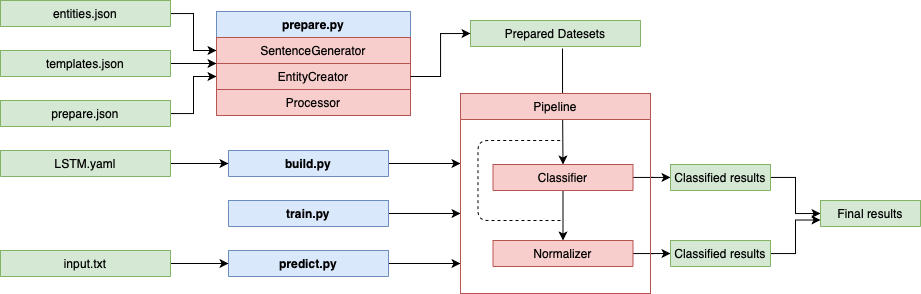
Above: images/high.png in sting1000/generator (draw.io), before the change. Source tidied: cells renumbered, new cells last; positions are measured from the earlier drawing's top-left corner, leaving out a move shared by most shapes.
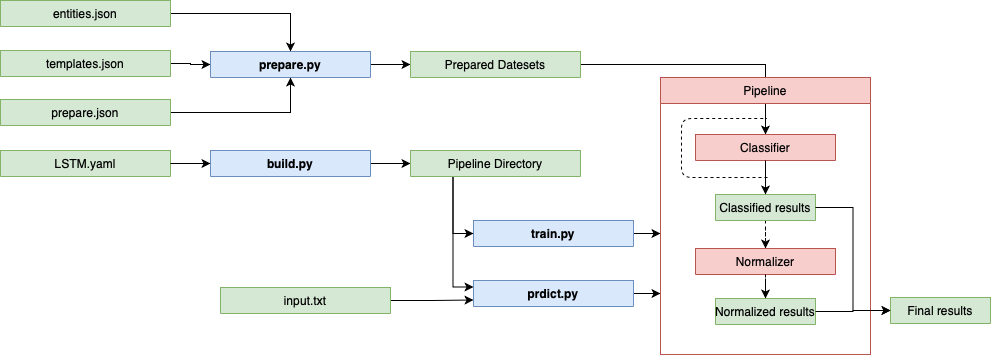
The same diagram one commit later.

Change to the diagram source:
```diff
@@ -2,128 +2,121 @@
   <root>
     <mxCell id="0" />
     <mxCell id="1" parent="0" />
+    <mxCell id="37" style="edgeStyle=orthogonalEdgeStyle;rounded=0;jettySize=auto;html=1;entryX=0;entryY=0.5;entryDx=0;entryDy=0;" parent="1" edge="1" source="2" target="11">
+      <mxGeometry relative="1" as="geometry" />
+    </mxCell>
-    <mxCell id="2" value="prepare.py" style="swimlane;fontStyle=1;align=center;verticalAlign=top;horizontal=1;startSize=26;rounded=0;shadow=0;strokeWidth=1;fillColor=#dae8fc;strokeColor=#6c8ebf;" parent="1" vertex="1">
-      <mxGeometry x="216" y="11" width="194" height="104" as="geometry" />
+    <mxCell id="2" value="prepare.py" style="swimlane;fontStyle=1;align=center;verticalAlign=top;horizontal=1;startSize=26;rounded=0;shadow=0;strokeWidth=1;fillColor=#dae8fc;strokeColor=#6c8ebf;" parent="1" vertex="1" collapsed="1">
+      <mxGeometry x="200" y="21" width="160" height="26" as="geometry" />
     </mxCell>
-    <mxCell id="3" value="SentenceGenerator" style="swimlane;fontStyle=0;align=center;verticalAlign=top;horizontal=1;startSize=26;rounded=0;shadow=0;strokeWidth=1;fillColor=#f8cecc;strokeColor=#b85450;" parent="2" vertex="1" collapsed="1">
-      <mxGeometry y="26" width="194" height="26" as="geometry" />
-    </mxCell>
-    <mxCell id="4" value="EntityCreator" style="swimlane;fontStyle=0;align=center;verticalAlign=top;horizontal=1;startSize=26;rounded=0;shadow=0;strokeWidth=1;fillColor=#f8cecc;strokeColor=#b85450;" parent="2" vertex="1" collapsed="1">
-      <mxGeometry y="52" width="194" height="26" as="geometry" />
-    </mxCell>
-    <mxCell id="5" value="Processor" style="swimlane;fontStyle=0;align=center;verticalAlign=top;horizontal=1;startSize=26;rounded=0;shadow=0;strokeWidth=1;fillColor=#f8cecc;strokeColor=#b85450;" parent="2" vertex="1" collapsed="1">
-      <mxGeometry y="78" width="194" height="26" as="geometry" />
-    </mxCell>
-    <mxCell id="6" style="edgeStyle=orthogonalEdgeStyle;rounded=0;jettySize=auto;html=1;entryX=0;entryY=0.5;entryDx=0;entryDy=0;" parent="1" edge="1" source="7" target="2">
+    <mxCell id="6" style="edgeStyle=orthogonalEdgeStyle;rounded=0;jettySize=auto;html=1;" parent="1" edge="1" source="7" target="2">
       <mxGeometry relative="1" as="geometry" />
     </mxCell>
     <mxCell id="7" value="templates.json" style="swimlane;fontStyle=0;align=center;verticalAlign=top;horizontal=1;startSize=26;rounded=0;shadow=0;strokeWidth=1;fillColor=#d5e8d4;strokeColor=#82b366;" parent="1" vertex="1" collapsed="1">
-      <mxGeometry y="50" width="170" height="26" as="geometry" />
+      <mxGeometry x="-10" y="20" width="170" height="26" as="geometry" />
     </mxCell>
-    <mxCell id="8" style="edgeStyle=orthogonalEdgeStyle;rounded=0;jettySize=auto;html=1;entryX=0;entryY=0.5;entryDx=0;entryDy=0;" parent="1" edge="1" source="9" target="3">
-      <mxGeometry relative="1" as="geometry" />
-    </mxCell>
+    <mxCell id="38" style="edgeStyle=orthogonalEdgeStyle;rounded=0;jettySize=auto;html=1;" parent="1" edge="1" source="9" target="2">
+      <mxGeometry relative="1" as="geometry" />
+    </mxCell>
     <mxCell id="9" value="entities.json" style="swimlane;fontStyle=0;align=center;verticalAlign=top;horizontal=1;startSize=26;rounded=0;shadow=0;strokeWidth=1;fillColor=#d5e8d4;strokeColor=#82b366;" parent="1" vertex="1" collapsed="1">
-      <mxGeometry width="170" height="26" as="geometry" />
+      <mxGeometry x="-10" y="-30" width="170" height="26" as="geometry" />
     </mxCell>
-    <mxCell id="10" style="edgeStyle=orthogonalEdgeStyle;rounded=0;jettySize=auto;html=1;entryX=0.5;entryY=0;entryDx=0;entryDy=0;" parent="1" edge="1" target="20">
-      <mxGeometry relative="1" as="geometry">
-        <mxPoint x="562" y="48" as="sourcePoint" />
-        <Array as="points">
-          <mxPoint x="562" y="106" />
-        </Array>
-      </mxGeometry>
-    </mxCell>
+    <mxCell id="39" style="edgeStyle=orthogonalEdgeStyle;rounded=0;jettySize=auto;html=1;entryX=0.5;entryY=0;entryDx=0;entryDy=0;" parent="1" edge="1" source="11" target="20">
+      <mxGeometry relative="1" as="geometry" />
+    </mxCell>
     <mxCell id="11" value="Prepared Datesets" style="swimlane;fontStyle=0;align=center;verticalAlign=top;horizontal=1;startSize=26;rounded=0;shadow=0;strokeWidth=1;fillColor=#d5e8d4;strokeColor=#82b366;" parent="1" vertex="1" collapsed="1">
-      <mxGeometry x="470" y="20" width="170" height="26" as="geometry" />
+      <mxGeometry x="400" y="21" width="170" height="26" as="geometry" />
     </mxCell>
-    <mxCell id="12" style="edgeStyle=orthogonalEdgeStyle;rounded=0;jettySize=auto;html=1;entryX=0;entryY=0.5;entryDx=0;entryDy=0;" parent="1" edge="1" source="13" target="4">
-      <mxGeometry relative="1" as="geometry" />
-    </mxCell>
+    <mxCell id="40" style="edgeStyle=orthogonalEdgeStyle;rounded=0;jettySize=auto;html=1;" parent="1" edge="1" source="13" target="2">
+      <mxGeometry relative="1" as="geometry" />
+    </mxCell>
     <mxCell id="13" value="prepare.json" style="swimlane;fontStyle=0;align=center;verticalAlign=top;horizontal=1;startSize=26;rounded=0;shadow=0;strokeWidth=1;fillColor=#d5e8d4;strokeColor=#82b366;" parent="1" vertex="1" collapsed="1">
-      <mxGeometry y="100" width="170" height="26" as="geometry" />
+      <mxGeometry x="-10" y="69" width="170" height="26" as="geometry" />
     </mxCell>
-    <mxCell id="14" style="edgeStyle=orthogonalEdgeStyle;rounded=0;jettySize=auto;html=1;" parent="1" edge="1" source="15">
-      <mxGeometry relative="1" as="geometry">
-        <mxPoint x="460" y="163" as="targetPoint" />
-      </mxGeometry>
-    </mxCell>
+    <mxCell id="41" style="edgeStyle=orthogonalEdgeStyle;rounded=0;jettySize=auto;html=1;" parent="1" edge="1" source="15" target="48">
+      <mxGeometry relative="1" as="geometry" />
+    </mxCell>
     <mxCell id="15" value="build.py" style="swimlane;fontStyle=1;align=center;verticalAlign=top;horizontal=1;startSize=26;rounded=0;shadow=0;strokeWidth=1;fillColor=#dae8fc;strokeColor=#6c8ebf;" parent="1" vertex="1" collapsed="1">
-      <mxGeometry x="228" y="150" width="160" height="26" as="geometry" />
+      <mxGeometry x="200" y="120" width="160" height="26" as="geometry" />
     </mxCell>
-    <mxCell id="16" style="edgeStyle=orthogonalEdgeStyle;rounded=0;jettySize=auto;html=1;entryX=0;entryY=0.5;entryDx=0;entryDy=0;" parent="1" edge="1" source="17" target="15">
-      <mxGeometry relative="1" as="geometry" />
-    </mxCell>
     <mxCell id="17" value="LSTM.yaml" style="swimlane;fontStyle=0;align=center;verticalAlign=top;horizontal=1;startSize=26;rounded=0;shadow=0;strokeWidth=1;fillColor=#d5e8d4;strokeColor=#82b366;" parent="1" vertex="1" collapsed="1">
-      <mxGeometry y="150" width="170" height="26" as="geometry" />
+      <mxGeometry x="-10" y="120" width="170" height="26" as="geometry" />
     </mxCell>
-    <mxCell id="18" style="edgeStyle=orthogonalEdgeStyle;rounded=0;jettySize=auto;html=1;entryX=0.5;entryY=0;entryDx=0;entryDy=0;" parent="1" edge="1" source="20" target="22">
-      <mxGeometry relative="1" as="geometry" />
-    </mxCell>
-    <mxCell id="19" style="edgeStyle=orthogonalEdgeStyle;rounded=0;jettySize=auto;html=1;" parent="1" edge="1" source="20" target="26">
-      <mxGeometry relative="1" as="geometry" />
-    </mxCell>
+    <mxCell id="42" style="edgeStyle=orthogonalEdgeStyle;rounded=0;jettySize=auto;html=1;" parent="1" edge="1" source="30">
+      <mxGeometry relative="1" as="geometry">
+        <mxPoint x="650" y="203" as="targetPoint" />
+      </mxGeometry>
+    </mxCell>
+    <mxCell id="30" value="train.py" style="swimlane;fontStyle=1;align=center;verticalAlign=top;horizontal=1;startSize=26;rounded=0;shadow=0;strokeWidth=1;fillColor=#dae8fc;strokeColor=#6c8ebf;" parent="1" vertex="1" collapsed="1">
+      <mxGeometry x="463" y="190" width="160" height="26" as="geometry" />
+    </mxCell>
+    <mxCell id="43" style="edgeStyle=orthogonalEdgeStyle;rounded=0;jettySize=auto;html=1;entryX=0;entryY=0.75;entryDx=0;entryDy=0;" parent="1" edge="1" source="34" target="50">
+      <mxGeometry relative="1" as="geometry" />
+    </mxCell>
+    <mxCell id="34" value="input.txt" style="swimlane;fontStyle=0;align=center;verticalAlign=top;horizontal=1;startSize=26;rounded=0;shadow=0;strokeWidth=1;fillColor=#d5e8d4;strokeColor=#82b366;" parent="1" vertex="1" collapsed="1">
+      <mxGeometry x="210" y="257" width="170" height="26" as="geometry" />
+    </mxCell>
+    <mxCell id="35" value="Final results" style="swimlane;fontStyle=0;align=center;verticalAlign=top;horizontal=1;startSize=26;rounded=0;shadow=0;strokeWidth=1;fillColor=#d5e8d4;strokeColor=#82b366;" parent="1" vertex="1" collapsed="1">
+      <mxGeometry x="880" y="267" width="100" height="26" as="geometry" />
+    </mxCell>
+    <mxCell id="44" style="group;" parent="1" vertex="1">
+      <mxGeometry x="650" y="47" width="210" height="277" as="geometry" />
+    </mxCell>
-    <mxCell id="20" value="Classifier" style="swimlane;fontStyle=0;align=center;verticalAlign=top;horizontal=1;startSize=26;rounded=0;shadow=0;strokeWidth=1;fillColor=#f8cecc;strokeColor=#b85450;" parent="1" vertex="1" collapsed="1">
-      <mxGeometry x="492.5" y="164" width="140" height="26" as="geometry" />
+    <mxCell id="20" value="Classifier" style="swimlane;fontStyle=0;align=center;verticalAlign=top;horizontal=1;startSize=26;rounded=0;shadow=0;strokeWidth=1;fillColor=#f8cecc;strokeColor=#b85450;" parent="44" vertex="1" collapsed="1">
+      <mxGeometry x="35" y="57" width="140" height="26" as="geometry" />
     </mxCell>
-    <mxCell id="21" style="edgeStyle=orthogonalEdgeStyle;rounded=0;jettySize=auto;html=1;entryX=0;entryY=0.5;entryDx=0;entryDy=0;" parent="1" edge="1" source="22" target="28">
-      <mxGeometry relative="1" as="geometry" />
-    </mxCell>
-    <mxCell id="22" value="Normalizer" style="swimlane;fontStyle=0;align=center;verticalAlign=top;horizontal=1;startSize=26;rounded=0;shadow=0;strokeWidth=1;fillColor=#f8cecc;strokeColor=#b85450;" parent="1" vertex="1" collapsed="1">
-      <mxGeometry x="492.5" y="240" width="140" height="26" as="geometry" />
+    <mxCell id="22" value="Normalizer" style="swimlane;fontStyle=0;align=center;verticalAlign=top;horizontal=1;startSize=26;rounded=0;shadow=0;strokeWidth=1;fillColor=#f8cecc;strokeColor=#b85450;" parent="44" vertex="1" collapsed="1">
+      <mxGeometry x="35" y="171" width="140" height="26" as="geometry" />
     </mxCell>
-    <mxCell id="23" value="Pipeline" style="swimlane;fontStyle=0;align=center;verticalAlign=top;horizontal=1;startSize=26;rounded=0;shadow=0;strokeWidth=1;fillColor=#f8cecc;strokeColor=#b85450;" parent="1" vertex="1">
-      <mxGeometry x="460" y="93" width="190" height="200" as="geometry" />
+    <mxCell id="23" value="Pipeline" style="swimlane;fontStyle=0;align=center;verticalAlign=top;horizontal=1;startSize=26;rounded=0;shadow=0;strokeWidth=1;fillColor=#f8cecc;strokeColor=#b85450;" parent="44" vertex="1">
+      <mxGeometry width="210" height="277" as="geometry" />
     </mxCell>
-    <mxCell id="24" style="edgeStyle=orthogonalEdgeStyle;rounded=0;jettySize=auto;html=1;entryX=0;entryY=0.5;entryDx=0;entryDy=0;" parent="1" edge="1" source="4" target="11">
-      <mxGeometry relative="1" as="geometry" />
-    </mxCell>
+    <mxCell id="45" style="edgeStyle=orthogonalEdgeStyle;rounded=0;jettySize=auto;html=1;dashed=1;" parent="44" edge="1" source="26" target="22">
+      <mxGeometry relative="1" as="geometry" />
+    </mxCell>
+    <mxCell id="26" value="Classified results" style="swimlane;fontStyle=0;align=center;verticalAlign=top;horizontal=1;startSize=26;rounded=0;shadow=0;strokeWidth=1;fillColor=#d5e8d4;strokeColor=#82b366;" parent="44" vertex="1" collapsed="1">
+      <mxGeometry x="55" y="117" width="100" height="26" as="geometry" />
+    </mxCell>
+    <mxCell id="19" style="edgeStyle=orthogonalEdgeStyle;rounded=0;jettySize=auto;html=1;" parent="44" edge="1" source="20" target="26">
+      <mxGeometry relative="1" as="geometry" />
+    </mxCell>
+    <mxCell id="28" value="Normalized results" style="swimlane;fontStyle=0;align=center;verticalAlign=top;horizontal=1;startSize=26;rounded=0;shadow=0;strokeWidth=1;fillColor=#d5e8d4;strokeColor=#82b366;" parent="44" vertex="1" collapsed="1">
+      <mxGeometry x="55" y="221" width="100" height="26" as="geometry" />
+    </mxCell>
+    <mxCell id="21" style="edgeStyle=orthogonalEdgeStyle;rounded=0;jettySize=auto;html=1;dashed=1;" parent="44" edge="1" source="22" target="28">
+      <mxGeometry relative="1" as="geometry" />
+    </mxCell>
+    <mxCell id="36" style="endArrow=none;dashed=1;html=1;edgeStyle=orthogonalEdgeStyle;" parent="44" edge="1">
+      <mxGeometry relative="1" as="geometry">
+        <mxPoint x="107" y="100" as="sourcePoint" />
+        <mxPoint x="106.5" y="41" as="targetPoint" />
+        <Array as="points">
+          <mxPoint x="21" y="100" />
+          <mxPoint x="21" y="41" />
+        </Array>
+      </mxGeometry>
+    </mxCell>
+    <mxCell id="27" style="edgeStyle=orthogonalEdgeStyle;rounded=0;jettySize=auto;html=1;entryX=0;entryY=0.5;entryDx=0;entryDy=0;" parent="1" edge="1" source="28" target="35">
+      <mxGeometry relative="1" as="geometry" />
+    </mxCell>
     <mxCell id="25" style="edgeStyle=orthogonalEdgeStyle;rounded=0;jettySize=auto;html=1;entryX=0;entryY=0.5;entryDx=0;entryDy=0;" parent="1" edge="1" source="26" target="35">
       <mxGeometry relative="1" as="geometry" />
     </mxCell>
-    <mxCell id="26" value="Classified results" style="swimlane;fontStyle=0;align=center;verticalAlign=top;horizontal=1;startSize=26;rounded=0;shadow=0;strokeWidth=1;fillColor=#d5e8d4;strokeColor=#82b366;" parent="1" vertex="1" collapsed="1">
-      <mxGeometry x="670" y="164" width="100" height="26" as="geometry" />
-    </mxCell>
-    <mxCell id="27" style="edgeStyle=orthogonalEdgeStyle;rounded=0;jettySize=auto;html=1;entryX=0;entryY=0.75;entryDx=0;entryDy=0;" parent="1" edge="1" source="28" target="35">
-      <mxGeometry relative="1" as="geometry" />
-    </mxCell>
-    <mxCell id="28" value="Classified results" style="swimlane;fontStyle=0;align=center;verticalAlign=top;horizontal=1;startSize=26;rounded=0;shadow=0;strokeWidth=1;fillColor=#d5e8d4;strokeColor=#82b366;" parent="1" vertex="1" collapsed="1">
-      <mxGeometry x="670" y="240" width="100" height="26" as="geometry" />
-    </mxCell>
-    <mxCell id="29" style="edgeStyle=orthogonalEdgeStyle;rounded=0;jettySize=auto;html=1;" parent="1" edge="1" source="30">
-      <mxGeometry relative="1" as="geometry">
-        <mxPoint x="460" y="213" as="targetPoint" />
-      </mxGeometry>
-    </mxCell>
-    <mxCell id="30" value="train.py" style="swimlane;fontStyle=1;align=center;verticalAlign=top;horizontal=1;startSize=26;rounded=0;shadow=0;strokeWidth=1;fillColor=#dae8fc;strokeColor=#6c8ebf;" parent="1" vertex="1" collapsed="1">
-      <mxGeometry x="228" y="200" width="160" height="26" as="geometry" />
-    </mxCell>
-    <mxCell id="31" style="edgeStyle=orthogonalEdgeStyle;rounded=0;jettySize=auto;html=1;" parent="1" edge="1" source="32">
-      <mxGeometry relative="1" as="geometry">
-        <mxPoint x="460" y="263" as="targetPoint" />
-      </mxGeometry>
-    </mxCell>
-    <mxCell id="32" value="predict.py" style="swimlane;fontStyle=1;align=center;verticalAlign=top;horizontal=1;startSize=26;rounded=0;shadow=0;strokeWidth=1;fillColor=#dae8fc;strokeColor=#6c8ebf;" parent="1" vertex="1" collapsed="1">
-      <mxGeometry x="228" y="250" width="160" height="26" as="geometry" />
-    </mxCell>
-    <mxCell id="33" style="edgeStyle=orthogonalEdgeStyle;rounded=0;jettySize=auto;html=1;" parent="1" edge="1" source="34" target="32">
-      <mxGeometry relative="1" as="geometry" />
-    </mxCell>
-    <mxCell id="34" value="input.txt" style="swimlane;fontStyle=0;align=center;verticalAlign=top;horizontal=1;startSize=26;rounded=0;shadow=0;strokeWidth=1;fillColor=#d5e8d4;strokeColor=#82b366;" parent="1" vertex="1" collapsed="1">
-      <mxGeometry y="250" width="170" height="26" as="geometry" />
-    </mxCell>
-    <mxCell id="35" value="Final results" style="swimlane;fontStyle=0;align=center;verticalAlign=top;horizontal=1;startSize=26;rounded=0;shadow=0;strokeWidth=1;fillColor=#d5e8d4;strokeColor=#82b366;" parent="1" vertex="1" collapsed="1">
-      <mxGeometry x="820" y="200" width="100" height="26" as="geometry" />
-    </mxCell>
-    <mxCell id="36" style="endArrow=none;dashed=1;html=1;edgeStyle=orthogonalEdgeStyle;" parent="1" edge="1">
-      <mxGeometry relative="1" as="geometry">
-        <mxPoint x="560" y="220" as="sourcePoint" />
-        <mxPoint x="560" y="140" as="targetPoint" />
-        <Array as="points">
-          <mxPoint x="477.5" y="220" />
-          <mxPoint x="477.5" y="140" />
-        </Array>
-      </mxGeometry>
-    </mxCell>
+    <mxCell id="46" style="edgeStyle=orthogonalEdgeStyle;rounded=0;jettySize=auto;html=1;exitX=0.25;exitY=1;exitDx=0;exitDy=0;entryX=0;entryY=0.5;entryDx=0;entryDy=0;" parent="1" edge="1" source="48" target="30">
+      <mxGeometry relative="1" as="geometry" />
+    </mxCell>
+    <mxCell id="47" style="edgeStyle=orthogonalEdgeStyle;rounded=0;jettySize=auto;html=1;exitX=0.25;exitY=1;exitDx=0;exitDy=0;entryX=0;entryY=0.25;entryDx=0;entryDy=0;" parent="1" edge="1" source="48" target="50">
+      <mxGeometry relative="1" as="geometry" />
+    </mxCell>
+    <mxCell id="48" value="Pipeline Directory" style="swimlane;fontStyle=0;align=center;verticalAlign=top;horizontal=1;startSize=26;rounded=0;shadow=0;strokeWidth=1;fillColor=#d5e8d4;strokeColor=#82b366;" parent="1" vertex="1" collapsed="1">
+      <mxGeometry x="400" y="120" width="170" height="26" as="geometry" />
+    </mxCell>
+    <mxCell id="49" style="edgeStyle=orthogonalEdgeStyle;rounded=0;jettySize=auto;html=1;" parent="1" edge="1" source="50">
+      <mxGeometry relative="1" as="geometry">
+        <mxPoint x="650" y="263" as="targetPoint" />
+      </mxGeometry>
+    </mxCell>
+    <mxCell id="50" value="prdict.py" style="swimlane;fontStyle=1;align=center;verticalAlign=top;horizontal=1;startSize=26;rounded=0;shadow=0;strokeWidth=1;fillColor=#dae8fc;strokeColor=#6c8ebf;" parent="1" vertex="1" collapsed="1">
+      <mxGeometry x="463" y="250" width="160" height="26" as="geometry" />
+    </mxCell>
   </root>
 </mxGraphModel>
```
